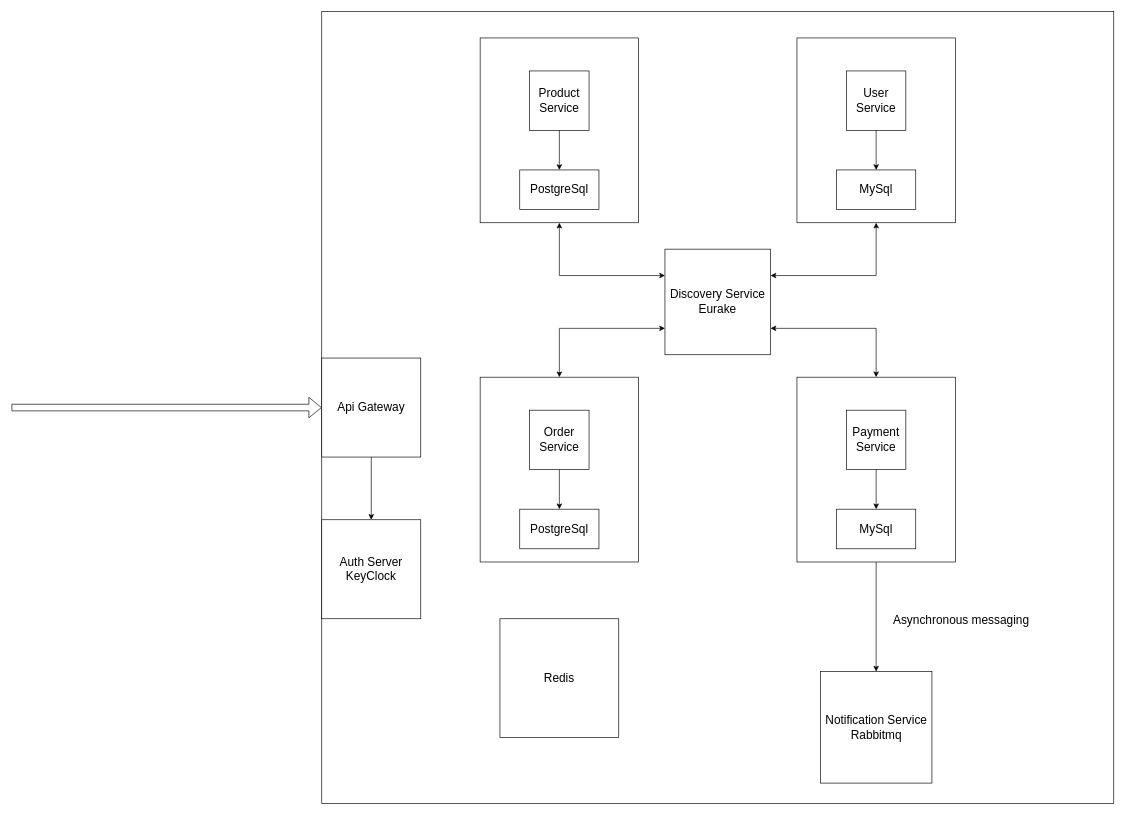
Before: Task-4.drawio in ismailcet/Ecommerce-Microservices, a draw.io diagram. Source tidied: cells renumbered, new cells numbered last; positions are measured from the earlier drawing's top-left corner, leaving out a move shared by most shapes. Both pictures are drawn from the tidied source at 66%, with x=0, y=0 at pixel (11, 11).
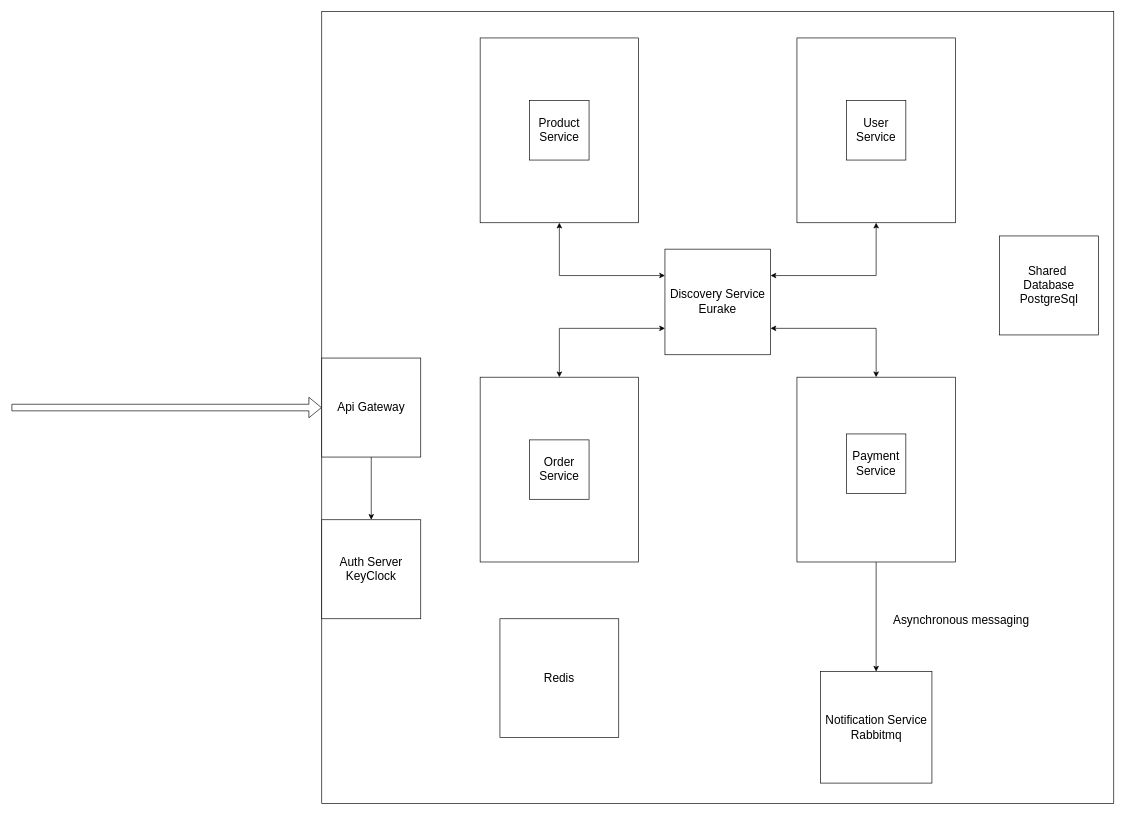
After the change.

The edit, as a diff of the source:
```diff
@@
     <mxCell id="4" value="&lt;font style=&quot;font-size: 18px;&quot;&gt;Product Service&lt;/font&gt;" style="whiteSpace=wrap;html=1;" parent="1" vertex="1">
-      <mxGeometry x="785" y="90" width="90" height="90" as="geometry" />
+      <mxGeometry x="785" y="135" width="90" height="90" as="geometry" />
     </mxCell>
-    <mxCell id="5" style="endArrow=classic;html=1;rounded=0;exitX=0.5;exitY=1;exitDx=0;exitDy=0;entryX=0.5;entryY=0;entryDx=0;entryDy=0;" parent="1" edge="1" source="4" target="6">
-      <mxGeometry relative="1" as="geometry" />
-    </mxCell>
-    <mxCell id="6" value="&lt;font style=&quot;font-size: 18px;&quot;&gt;PostgreSql&lt;/font&gt;" style="rounded=0;whiteSpace=wrap;html=1;" parent="1" vertex="1">
-      <mxGeometry x="770" y="240" width="120" height="60" as="geometry" />
-    </mxCell>
@@
     <mxCell id="8" value="&lt;font style=&quot;font-size: 18px;&quot;&gt;User Service&lt;/font&gt;" style="whiteSpace=wrap;html=1;" parent="1" vertex="1">
-      <mxGeometry x="1265" y="90" width="90" height="90" as="geometry" />
+      <mxGeometry x="1265" y="135" width="90" height="90" as="geometry" />
     </mxCell>
-    <mxCell id="9" style="endArrow=classic;html=1;rounded=0;exitX=0.5;exitY=1;exitDx=0;exitDy=0;entryX=0.5;entryY=0;entryDx=0;entryDy=0;" parent="1" edge="1" source="8" target="10">
-      <mxGeometry relative="1" as="geometry" />
-    </mxCell>
-    <mxCell id="10" value="&lt;font style=&quot;font-size: 18px;&quot;&gt;MySql&lt;/font&gt;" style="rounded=0;whiteSpace=wrap;html=1;" parent="1" vertex="1">
-      <mxGeometry x="1250" y="240" width="120" height="60" as="geometry" />
-    </mxCell>
@@
     <mxCell id="12" value="&lt;font style=&quot;font-size: 18px;&quot;&gt;Order Service&lt;/font&gt;" style="whiteSpace=wrap;html=1;" parent="1" vertex="1">
-      <mxGeometry x="785" y="604" width="90" height="90" as="geometry" />
+      <mxGeometry x="785" y="649" width="90" height="90" as="geometry" />
     </mxCell>
-    <mxCell id="13" style="endArrow=classic;html=1;rounded=0;exitX=0.5;exitY=1;exitDx=0;exitDy=0;entryX=0.5;entryY=0;entryDx=0;entryDy=0;" parent="1" edge="1" source="12" target="14">
-      <mxGeometry relative="1" as="geometry" />
-    </mxCell>
-    <mxCell id="14" value="&lt;font style=&quot;font-size: 18px;&quot;&gt;PostgreSql&lt;/font&gt;" style="rounded=0;whiteSpace=wrap;html=1;" parent="1" vertex="1">
-      <mxGeometry x="770" y="754" width="120" height="60" as="geometry" />
-    </mxCell>
@@
     <mxCell id="16" value="&lt;font style=&quot;font-size: 18px;&quot;&gt;Payment Service&lt;/font&gt;" style="whiteSpace=wrap;html=1;" parent="1" vertex="1">
-      <mxGeometry x="1265" y="604" width="90" height="90" as="geometry" />
+      <mxGeometry x="1265" y="640" width="90" height="90" as="geometry" />
     </mxCell>
-    <mxCell id="17" style="endArrow=classic;html=1;rounded=0;exitX=0.5;exitY=1;exitDx=0;exitDy=0;entryX=0.5;entryY=0;entryDx=0;entryDy=0;" parent="1" edge="1" source="16" target="18">
-      <mxGeometry relative="1" as="geometry" />
-    </mxCell>
-    <mxCell id="18" value="&lt;font style=&quot;font-size: 18px;&quot;&gt;MySql&lt;/font&gt;" style="rounded=0;whiteSpace=wrap;html=1;" parent="1" vertex="1">
-      <mxGeometry x="1250" y="754" width="120" height="60" as="geometry" />
-    </mxCell>
@@
+    <mxCell id="32" value="&lt;font style=&quot;font-size: 18px;&quot;&gt;Shared&amp;nbsp;&lt;br&gt;Database&lt;br&gt;PostgreSql&lt;br&gt;&lt;/font&gt;" style="whiteSpace=wrap;html=1;" parent="1" vertex="1">
+      <mxGeometry x="1497" y="340" width="150" height="150" as="geometry" />
+    </mxCell>
```
